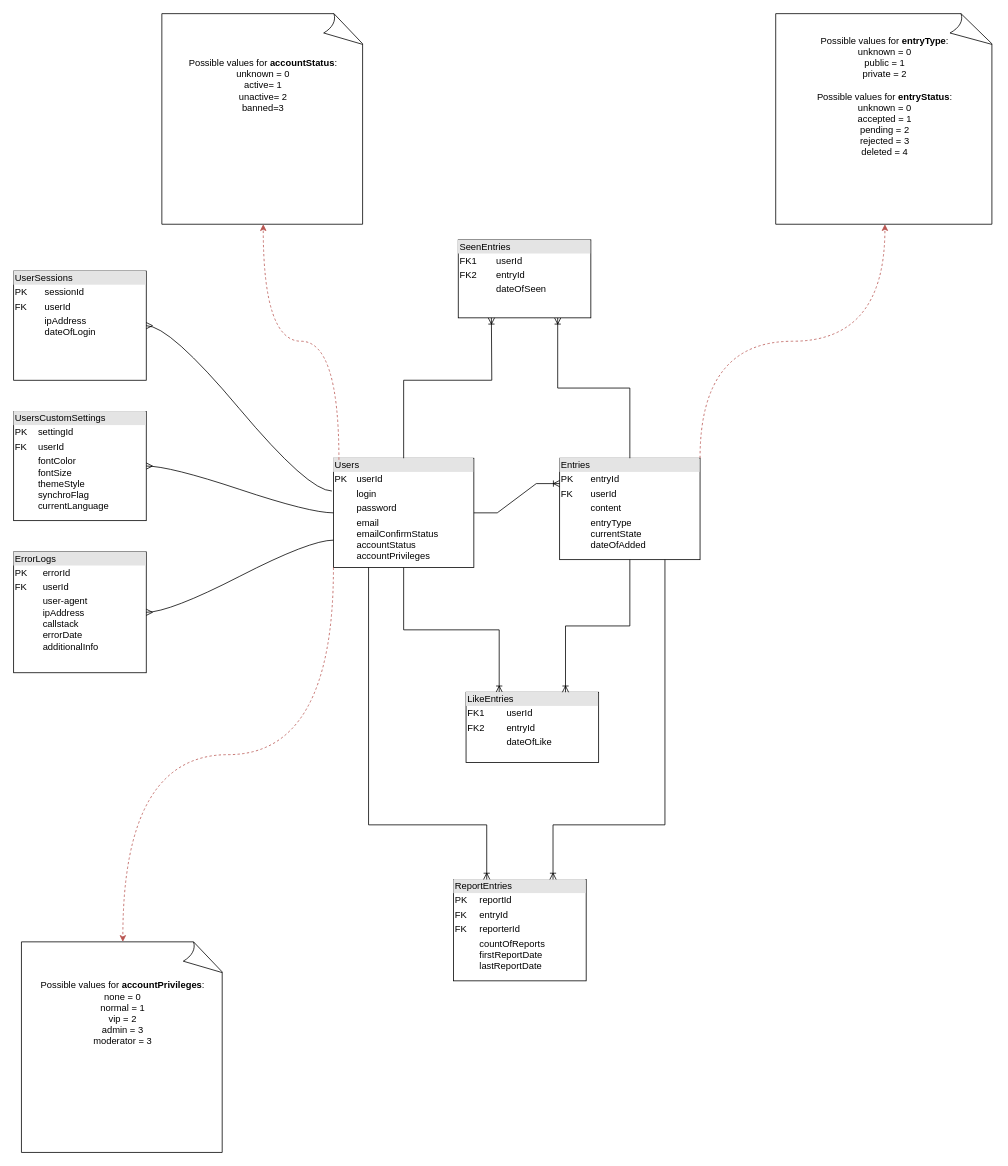
Before: Gratitude_database_schema.drawio in MarekD97/gratitude-flutter-app, a draw.io diagram. Source tidied: cells renumbered, new cells numbered last; positions are measured from the earlier drawing's top-left corner, leaving out a move shared by most shapes. Both pictures are drawn from the tidied source at 78%, with x=0, y=0 at pixel (13, 13).
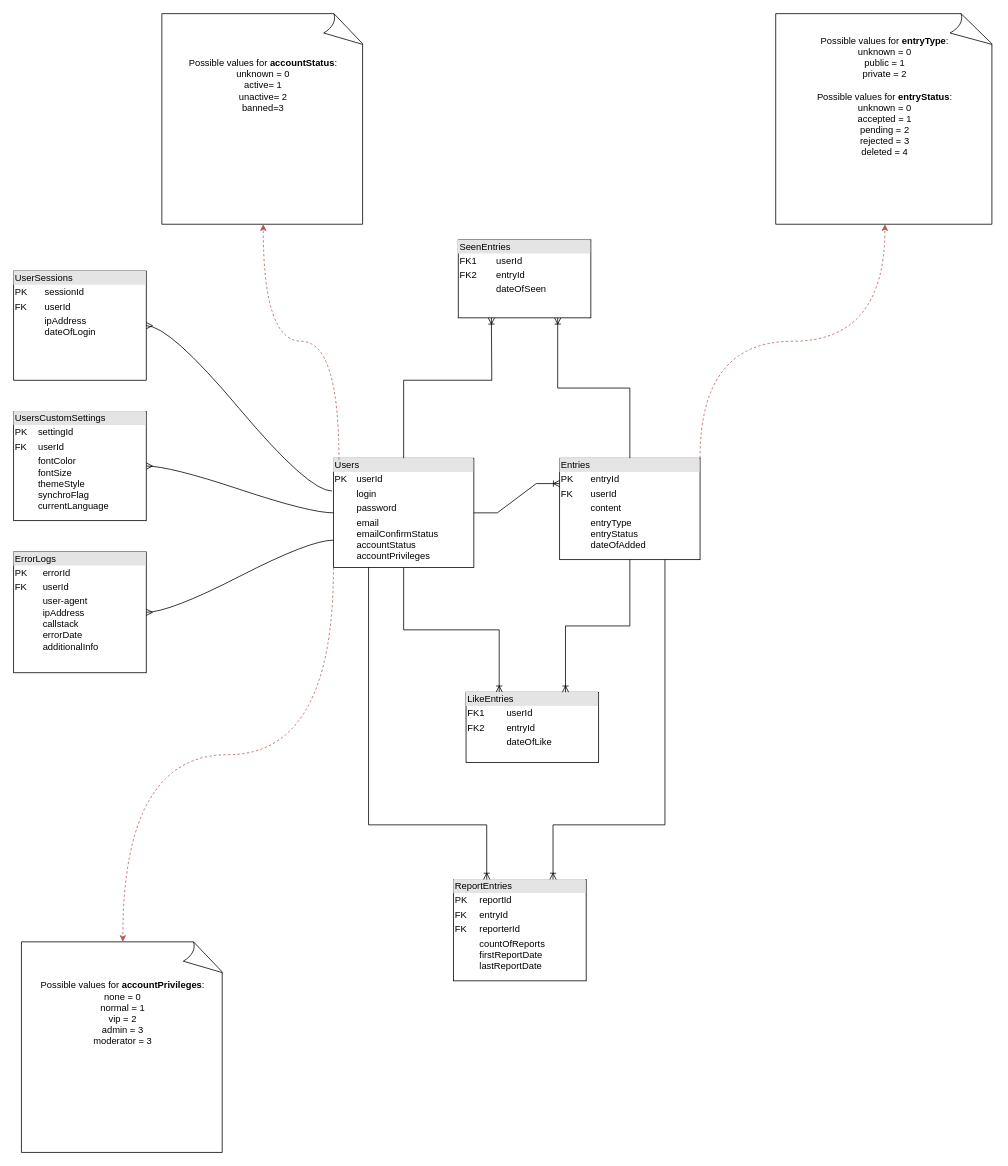
After the change.

The edit, as a diff of the source:
```diff
@@
-    <mxCell id="5" value="&lt;div style=&quot;box-sizing: border-box ; width: 100% ; background: #e4e4e4 ; padding: 2px&quot;&gt;Entries&lt;/div&gt;&lt;table style=&quot;width: 100% ; font-size: 1em&quot; cellspacing=&quot;0&quot; cellpadding=&quot;2&quot;&gt;&lt;tbody&gt;&lt;tr&gt;&lt;td&gt;PK&lt;/td&gt;&lt;td&gt;entryId&lt;/td&gt;&lt;/tr&gt;&lt;tr&gt;&lt;td&gt;FK&lt;/td&gt;&lt;td&gt;userId&lt;br&gt;&lt;/td&gt;&lt;/tr&gt;&lt;tr&gt;&lt;td&gt;&lt;br&gt;&lt;/td&gt;&lt;td&gt;content&lt;/td&gt;&lt;/tr&gt;&lt;tr&gt;&lt;td&gt;&lt;br&gt;&lt;/td&gt;&lt;td&gt;entryType&lt;br&gt;currentState&lt;br&gt;dateOfAdded&lt;br&gt;&lt;br&gt;&lt;/td&gt;&lt;/tr&gt;&lt;/tbody&gt;&lt;/table&gt;" style="verticalAlign=top;align=left;overflow=fill;html=1;" parent="1" vertex="1">
+    <mxCell id="5" value="&lt;div style=&quot;box-sizing: border-box ; width: 100% ; background: #e4e4e4 ; padding: 2px&quot;&gt;Entries&lt;/div&gt;&lt;table style=&quot;width: 100% ; font-size: 1em&quot; cellspacing=&quot;0&quot; cellpadding=&quot;2&quot;&gt;&lt;tbody&gt;&lt;tr&gt;&lt;td&gt;PK&lt;/td&gt;&lt;td&gt;entryId&lt;/td&gt;&lt;/tr&gt;&lt;tr&gt;&lt;td&gt;FK&lt;/td&gt;&lt;td&gt;userId&lt;br&gt;&lt;/td&gt;&lt;/tr&gt;&lt;tr&gt;&lt;td&gt;&lt;br&gt;&lt;/td&gt;&lt;td&gt;content&lt;/td&gt;&lt;/tr&gt;&lt;tr&gt;&lt;td&gt;&lt;br&gt;&lt;/td&gt;&lt;td&gt;entryType&lt;br&gt;entryStatus&lt;br&gt;dateOfAdded&lt;br&gt;&lt;br&gt;&lt;/td&gt;&lt;/tr&gt;&lt;/tbody&gt;&lt;/table&gt;" style="verticalAlign=top;align=left;overflow=fill;html=1;" parent="1" vertex="1">
       <mxGeometry x="700" y="570" width="180" height="130" as="geometry" />
     </mxCell>
```
